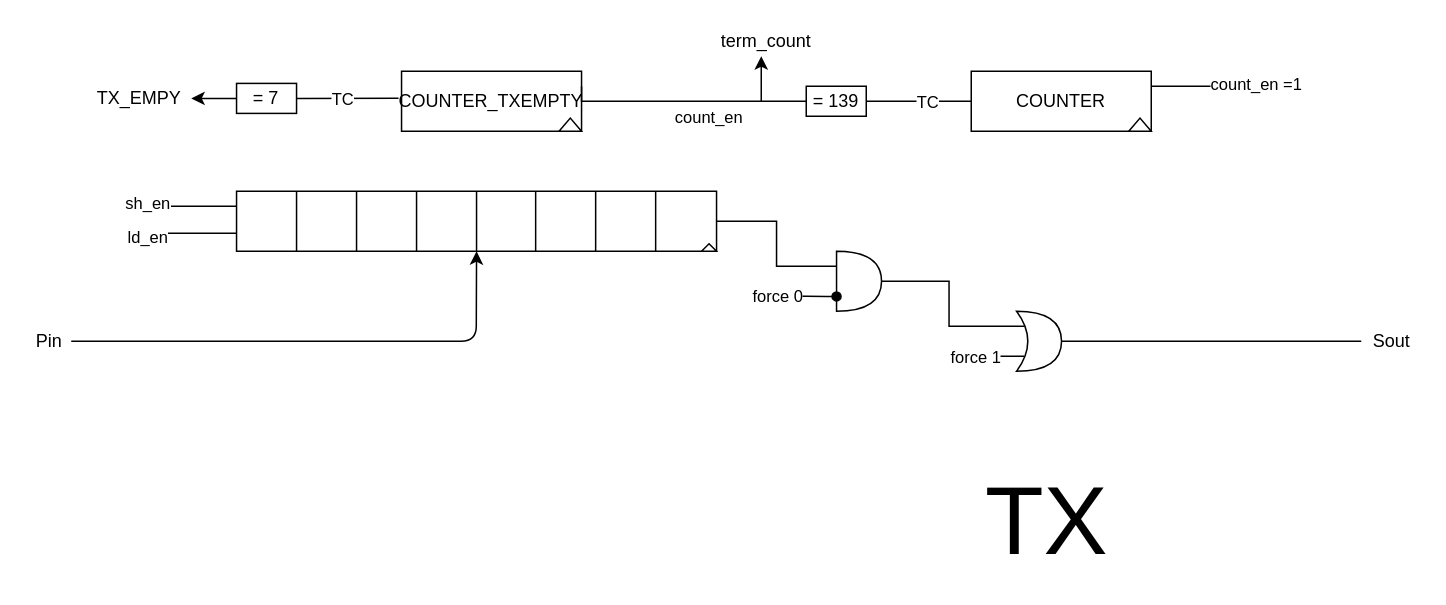
Earlier version of the draw.io diagram labsRR/UART/report/draw_io/transmitter.drawio (wackozz/SDI_20_21). Source tidied: cells renumbered, new cells numbered last; positions are measured from the earlier drawing's top-left corner, leaving out a move shared by most shapes. Both pictures are drawn from the tidied source at 150%, with x=0, y=0 at pixel (26, 26).
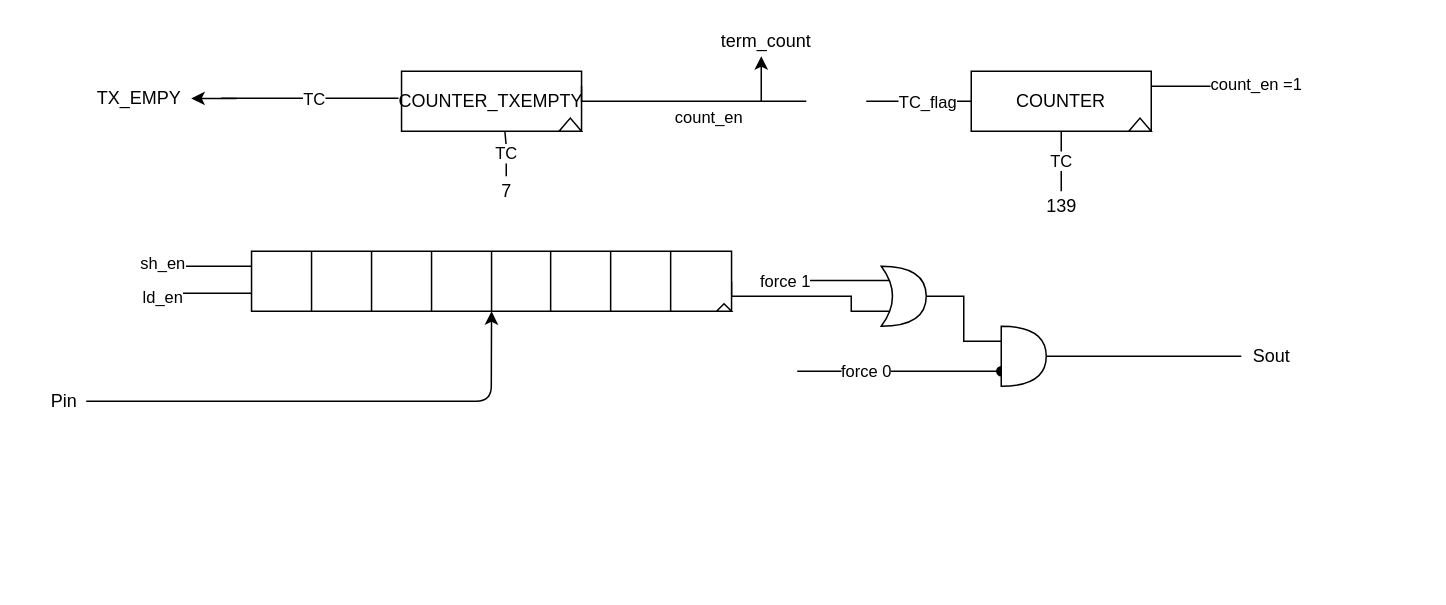
After the change.

Unchanged cells that the change refers to:
```xml
<mxCell id="21" value="COUNTER_TXEMPTY" style="rounded=0;whiteSpace=wrap;html=1;" parent="1" vertex="1">
  <mxGeometry x="250.2" y="30" width="120" height="40" as="geometry" />
</mxCell>
<mxCell id="36" value="COUNTER" style="rounded=0;whiteSpace=wrap;html=1;" parent="1" vertex="1">
  <mxGeometry x="630" y="30" width="120" height="40" as="geometry" />
</mxCell>
```

Diff of the diagram source:
```diff
@@
-    <mxCell id="2" style="edgeStyle=orthogonalEdgeStyle;rounded=0;jettySize=auto;html=1;entryX=0;entryY=0.25;entryDx=0;entryDy=0;entryPerimeter=0;endArrow=none;endFill=0;" parent="1" edge="1" source="3" target="15">
-      <mxGeometry relative="1" as="geometry" />
+    <mxCell id="2" style="edgeStyle=orthogonalEdgeStyle;rounded=0;jettySize=auto;html=1;entryX=0.175;entryY=0.75;entryDx=0;entryDy=0;entryPerimeter=0;endArrow=none;endFill=0;exitX=1;exitY=0.5;exitDx=0;exitDy=0;" parent="1" edge="1" source="3" target="13">
+      <mxGeometry relative="1" as="geometry">
+        <Array as="points">
+          <mxPoint x="470" y="180" />
+          <mxPoint x="550" y="180" />
+          <mxPoint x="550" y="190" />
+        </Array>
+      </mxGeometry>
     </mxCell>
     <mxCell id="3" style="rounded=0;whiteSpace=wrap;html=1;" parent="1" vertex="1">
-      <mxGeometry x="140.2" y="110" width="320" height="40" as="geometry" />
+      <mxGeometry x="150.2" y="150" width="320" height="40" as="geometry" />
     </mxCell>
     <mxCell id="4" style="endArrow=none;html=1;" parent="1" edge="1">
       <mxGeometry relative="1" as="geometry">
-        <mxPoint x="180.2" y="150" as="sourcePoint" />
-        <mxPoint x="180.2" y="110" as="targetPoint" />
+        <mxPoint x="190.2" y="190" as="sourcePoint" />
+        <mxPoint x="190.2" y="150" as="targetPoint" />
       </mxGeometry>
     </mxCell>
     <mxCell id="5" style="endArrow=none;html=1;" parent="1" edge="1">
       <mxGeometry relative="1" as="geometry">
-        <mxPoint x="220.2" y="150" as="sourcePoint" />
-        <mxPoint x="220.2" y="110" as="targetPoint" />
+        <mxPoint x="230.2" y="190" as="sourcePoint" />
+        <mxPoint x="230.2" y="150" as="targetPoint" />
       </mxGeometry>
     </mxCell>
     <mxCell id="6" style="endArrow=none;html=1;" parent="1" edge="1">
       <mxGeometry relative="1" as="geometry">
-        <mxPoint x="260.2" y="150" as="sourcePoint" />
-        <mxPoint x="260.2" y="110" as="targetPoint" />
+        <mxPoint x="270.2" y="190" as="sourcePoint" />
+        <mxPoint x="270.2" y="150" as="targetPoint" />
       </mxGeometry>
     </mxCell>
     <mxCell id="7" style="endArrow=none;html=1;" parent="1" edge="1">
       <mxGeometry relative="1" as="geometry">
-        <mxPoint x="300.2" y="150" as="sourcePoint" />
-        <mxPoint x="300.2" y="110" as="targetPoint" />
+        <mxPoint x="310.2" y="190" as="sourcePoint" />
+        <mxPoint x="310.2" y="150" as="targetPoint" />
       </mxGeometry>
     </mxCell>
     <mxCell id="8" style="endArrow=none;html=1;" parent="1" edge="1">
       <mxGeometry relative="1" as="geometry">
-        <mxPoint x="339.6" y="150" as="sourcePoint" />
-        <mxPoint x="339.6" y="110" as="targetPoint" />
+        <mxPoint x="349.6" y="190" as="sourcePoint" />
+        <mxPoint x="349.6" y="150" as="targetPoint" />
       </mxGeometry>
     </mxCell>
     <mxCell id="9" style="endArrow=none;html=1;" parent="1" edge="1">
       <mxGeometry relative="1" as="geometry">
-        <mxPoint x="379.6" y="150" as="sourcePoint" />
-        <mxPoint x="379.6" y="110" as="targetPoint" />
+        <mxPoint x="389.6" y="190" as="sourcePoint" />
+        <mxPoint x="389.6" y="150" as="targetPoint" />
       </mxGeometry>
     </mxCell>
     <mxCell id="10" style="endArrow=none;html=1;" parent="1" edge="1">
       <mxGeometry relative="1" as="geometry">
-        <mxPoint x="419.6" y="150" as="sourcePoint" />
-        <mxPoint x="419.6" y="110" as="targetPoint" />
+        <mxPoint x="429.6" y="190" as="sourcePoint" />
+        <mxPoint x="429.6" y="150" as="targetPoint" />
       </mxGeometry>
     </mxCell>
     <mxCell id="11" style="triangle;whiteSpace=wrap;html=1;rotation=-90;" parent="1" vertex="1">
-      <mxGeometry x="452.7" y="142.5" width="5" height="10" as="geometry" />
+      <mxGeometry x="462.7" y="182.5" width="5" height="10" as="geometry" />
     </mxCell>
     <mxCell id="12" style="endArrow=classic;html=1;" parent="1" edge="1" source="34">
       <mxGeometry relative="1" as="geometry">
-        <mxPoint x="300.2" y="150" as="targetPoint" />
+        <mxPoint x="310.2" y="190" as="targetPoint" />
         <Array as="points">
-          <mxPoint x="300" y="210" />
+          <mxPoint x="310" y="250" />
         </Array>
       </mxGeometry>
     </mxCell>
+    <mxCell id="46" style="edgeStyle=orthogonalEdgeStyle;rounded=0;jettySize=auto;html=1;entryX=0;entryY=0.25;entryDx=0;entryDy=0;entryPerimeter=0;endArrow=none;endFill=0;" parent="1" edge="1" source="13" target="51">
+      <mxGeometry relative="1" as="geometry" />
+    </mxCell>
     <mxCell id="13" style="shape=xor;whiteSpace=wrap;html=1;" parent="1" vertex="1">
-      <mxGeometry x="660.2" y="190" width="30" height="40" as="geometry" />
+      <mxGeometry x="570" y="160" width="30" height="40" as="geometry" />
     </mxCell>
-    <mxCell id="14" style="edgeStyle=orthogonalEdgeStyle;rounded=0;jettySize=auto;html=1;entryX=0.175;entryY=0.25;entryDx=0;entryDy=0;entryPerimeter=0;endArrow=none;endFill=0;" parent="1" edge="1" source="15" target="13">
-      <mxGeometry relative="1" as="geometry" />
-    </mxCell>
-    <mxCell id="15" style="shape=or;whiteSpace=wrap;html=1;" parent="1" vertex="1">
-      <mxGeometry x="540.2" y="150" width="30" height="40" as="geometry" />
-    </mxCell>
-    <mxCell id="16" style="endArrow=oval;html=1;endFill=1;" parent="1" edge="1">
+    <mxCell id="16" style="endArrow=oval;html=1;endFill=1;entryX=0;entryY=0.75;entryDx=0;entryDy=0;entryPerimeter=0;" parent="1" edge="1" target="51">
       <mxGeometry relative="1" as="geometry">
-        <mxPoint x="504.2" y="179.9" as="sourcePoint" />
-        <mxPoint x="540.2" y="180.1" as="targetPoint" />
-        <Array as="points">
-          <mxPoint x="530.2" y="180.1" />
-        </Array>
+        <mxPoint x="514" y="230" as="sourcePoint" />
       </mxGeometry>
     </mxCell>
@@
-    <mxCell id="18" style="endArrow=none;html=1;entryX=0.175;entryY=0.75;entryDx=0;entryDy=0;entryPerimeter=0;endFill=0;" parent="1" edge="1" target="13">
+    <mxCell id="18" style="endArrow=none;html=1;entryX=0.175;entryY=0.75;entryDx=0;entryDy=0;entryPerimeter=0;endFill=0;" parent="1" edge="1">
       <mxGeometry relative="1" as="geometry">
-        <mxPoint x="620.2" y="220" as="sourcePoint" />
+        <mxPoint x="500" y="169.5" as="sourcePoint" />
+        <mxPoint x="575.2" y="169.5" as="targetPoint" />
       </mxGeometry>
     </mxCell>
     <mxCell id="19" value="force 1" style="edgeLabel;html=1;align=center;verticalAlign=middle;" parent="18" vertex="1">
-      <mxGeometry x="-0.45" relative="1" as="geometry" />
+      <mxGeometry x="-0.45" relative="1" as="geometry">
+        <mxPoint x="-15.8" as="offset" />
+      </mxGeometry>
     </mxCell>
-    <mxCell id="20" style="endArrow=none;html=1;endFill=0;" parent="1" edge="1" target="33">
+    <mxCell id="20" style="endArrow=none;html=1;endFill=0;exitX=1;exitY=0.5;exitDx=0;exitDy=0;exitPerimeter=0;" parent="1" edge="1" source="51">
       <mxGeometry relative="1" as="geometry">
-        <mxPoint x="690.2" y="210" as="sourcePoint" />
+        <mxPoint x="810" y="220" as="targetPoint" />
       </mxGeometry>
     </mxCell>
@@
-    <mxCell id="22" style="edgeStyle=orthogonalEdgeStyle;rounded=0;jettySize=auto;html=1;exitX=1;exitY=0.25;exitDx=0;exitDy=0;endArrow=none;endFill=0;entryX=0;entryY=0.5;entryDx=0;entryDy=0;" parent="1" edge="1" source="21" target="41">
+    <mxCell id="22" style="edgeStyle=orthogonalEdgeStyle;rounded=0;jettySize=auto;html=1;exitX=1;exitY=0.25;exitDx=0;exitDy=0;endArrow=none;endFill=0;entryX=0;entryY=0.5;entryDx=0;entryDy=0;" parent="1" edge="1" source="21">
       <mxGeometry relative="1" as="geometry">
+        <mxPoint x="520" y="50" as="targetPoint" />
         <Array as="points">
           <mxPoint x="370" y="50" />
         </Array>
       </mxGeometry>
     </mxCell>
@@
     <mxCell id="24" style="endArrow=none;html=1;entryX=0;entryY=0.25;entryDx=0;entryDy=0;" parent="1" edge="1" target="3">
       <mxGeometry relative="1" as="geometry">
-        <mxPoint x="90.2" y="120" as="sourcePoint" />
+        <mxPoint x="100.2" y="160" as="sourcePoint" />
       </mxGeometry>
     </mxCell>
@@
     <mxCell id="26" style="endArrow=none;html=1;" parent="1" edge="1">
       <mxGeometry relative="1" as="geometry">
-        <mxPoint x="80.2" y="138" as="sourcePoint" />
-        <mxPoint x="140.2" y="138" as="targetPoint" />
+        <mxPoint x="90.2" y="178" as="sourcePoint" />
+        <mxPoint x="150.2" y="178" as="targetPoint" />
       </mxGeometry>
     </mxCell>
@@
-    <mxCell id="28" style="endArrow=none;html=1;exitX=1;exitY=0.5;exitDx=0;exitDy=0;" parent="1" edge="1" source="31">
+    <mxCell id="28" style="endArrow=none;html=1;" parent="1" edge="1">
       <mxGeometry relative="1" as="geometry">
+        <mxPoint x="130" y="48" as="sourcePoint" />
         <mxPoint x="248.2" y="48" as="targetPoint" />
       </mxGeometry>
     </mxCell>
@@
-    <mxCell id="30" style="edgeStyle=none;rounded=0;jettySize=auto;html=1;" parent="1" edge="1" source="31">
+    <mxCell id="30" style="edgeStyle=none;rounded=0;orthogonalLoop=1;jettySize=auto;html=1;" parent="1" edge="1">
       <mxGeometry relative="1" as="geometry">
+        <mxPoint x="140.2" y="48.1" as="sourcePoint" />
         <mxPoint x="110" y="48.1" as="targetPoint" />
       </mxGeometry>
     </mxCell>
-    <mxCell id="31" value="= 7" style="rounded=0;whiteSpace=wrap;html=1;" parent="1" vertex="1">
-      <mxGeometry x="140.2" y="38.1" width="40" height="20" as="geometry" />
-    </mxCell>
@@
     <mxCell id="33" value="Sout" style="text;html=1;align=center;verticalAlign=middle;points=[];" parent="1" vertex="1">
-      <mxGeometry x="890" y="200" width="40" height="20" as="geometry" />
+      <mxGeometry x="810" y="210" width="40" height="20" as="geometry" />
     </mxCell>
     <mxCell id="34" value="Pin" style="text;html=1;align=center;verticalAlign=middle;points=[];" parent="1" vertex="1">
-      <mxGeometry y="200" width="30" height="20" as="geometry" />
+      <mxGeometry x="10" y="240" width="30" height="20" as="geometry" />
     </mxCell>
-    <mxCell id="35" value="&lt;font style=&quot;font-size: 64px&quot;&gt;TX&lt;/font&gt;" style="text;html=1;align=center;verticalAlign=middle;" parent="1" vertex="1">
-      <mxGeometry x="630" y="310" width="100" height="40" as="geometry" />
-    </mxCell>
@@
-    <mxCell id="39" style="endArrow=none;html=1;exitX=1;exitY=0.5;exitDx=0;exitDy=0;entryX=0;entryY=0.5;entryDx=0;entryDy=0;" parent="1" edge="1" source="41" target="36">
-      <mxGeometry relative="1" as="geometry" />
+    <mxCell id="39" style="endArrow=none;html=1;exitX=1;exitY=0.5;exitDx=0;exitDy=0;entryX=0;entryY=0.5;entryDx=0;entryDy=0;" parent="1" edge="1" target="36">
+      <mxGeometry relative="1" as="geometry">
+        <mxPoint x="560" y="50" as="sourcePoint" />
+      </mxGeometry>
     </mxCell>
-    <mxCell id="40" value="TC" style="edgeLabel;html=1;align=center;verticalAlign=middle;" parent="39" vertex="1">
+    <mxCell id="40" value="TC_flag" style="edgeLabel;html=1;align=center;verticalAlign=middle;" parent="39" vertex="1">
       <mxGeometry x="0.25" y="2" relative="1" as="geometry">
         <mxPoint x="-3.9" y="2" as="offset" />
       </mxGeometry>
     </mxCell>
-    <mxCell id="41" value="= 139" style="rounded=0;whiteSpace=wrap;html=1;" parent="1" vertex="1">
-      <mxGeometry x="520" y="40" width="40" height="20" as="geometry" />
-    </mxCell>
@@
+    <mxCell id="47" value="TC" style="edgeStyle=orthogonalEdgeStyle;rounded=0;jettySize=auto;html=1;entryX=0.574;entryY=1;entryDx=0;entryDy=0;entryPerimeter=0;endArrow=none;endFill=0;" parent="1" edge="1" source="48" target="21">
+      <mxGeometry relative="1" as="geometry" />
+    </mxCell>
+    <mxCell id="48" value="7" style="text;html=1;align=center;verticalAlign=middle;points=[];" parent="1" vertex="1">
+      <mxGeometry x="310" y="100" width="20" height="20" as="geometry" />
+    </mxCell>
+    <mxCell id="49" value="TC" style="edgeStyle=orthogonalEdgeStyle;rounded=0;jettySize=auto;html=1;endArrow=none;endFill=0;" parent="1" edge="1" source="50" target="36">
+      <mxGeometry relative="1" as="geometry" />
+    </mxCell>
+    <mxCell id="50" value="139" style="text;html=1;align=center;verticalAlign=middle;points=[];" parent="1" vertex="1">
+      <mxGeometry x="670" y="110" width="40" height="20" as="geometry" />
+    </mxCell>
+    <mxCell id="51" style="shape=or;whiteSpace=wrap;html=1;" parent="1" vertex="1">
+      <mxGeometry x="650" y="200" width="30" height="40" as="geometry" />
+    </mxCell>
```
